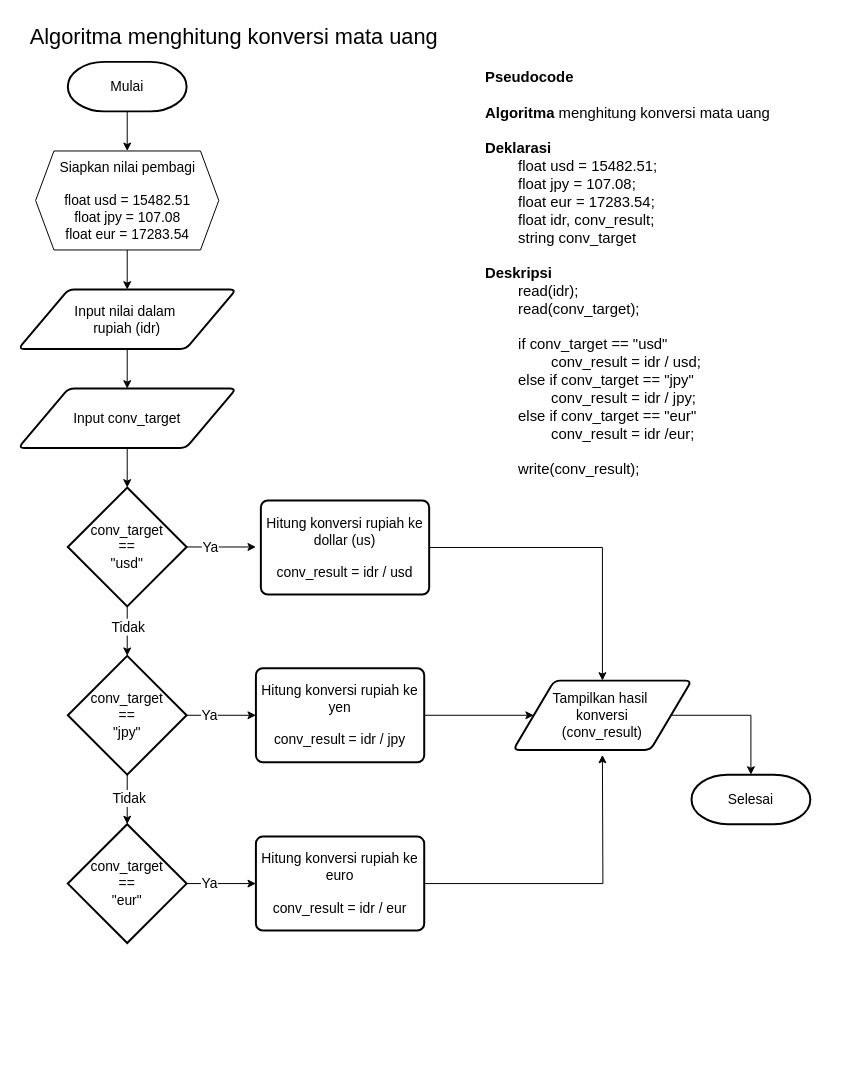
This is tugas-001/kurs.drawio from HarisHerdiansyah/tugas-alprog, a draw.io file, before an edit. Source tidied: cells renumbered, new cells numbered last; positions are measured from the earlier drawing's top-left corner, leaving out a move shared by most shapes. Both pictures are drawn from the tidied source at 99%, with x=0, y=0 at pixel (18, 17).
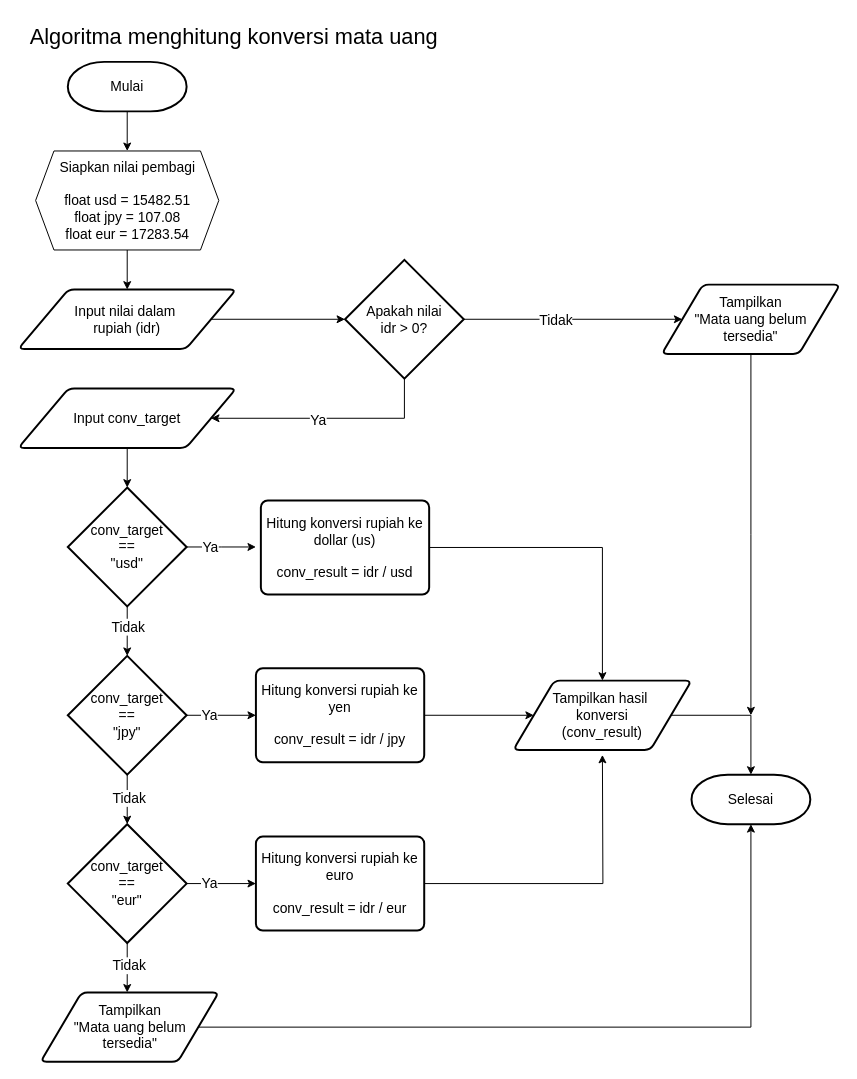
Above is the later version.

The change refers to these unchanged cells:
```xml
<mxCell id="8" value="&lt;font style=&quot;font-size: 14px;&quot;&gt;Input nilai dalam&amp;nbsp;&lt;/font&gt;&lt;div&gt;&lt;font style=&quot;font-size: 14px;&quot;&gt;rupiah (idr)&lt;/font&gt;&lt;/div&gt;" style="shape=parallelogram;html=1;strokeWidth=2;perimeter=parallelogramPerimeter;whiteSpace=wrap;rounded=1;arcSize=12;size=0.23;" parent="1" vertex="1">
  <mxGeometry y="275" width="220" height="60" as="geometry" />
</mxCell>
<mxCell id="10" value="&lt;span style=&quot;font-size: 14px;&quot;&gt;Input conv_target&lt;/span&gt;" style="shape=parallelogram;html=1;strokeWidth=2;perimeter=parallelogramPerimeter;whiteSpace=wrap;rounded=1;arcSize=12;size=0.23;" parent="1" vertex="1">
  <mxGeometry y="375" width="220" height="60" as="geometry" />
</mxCell>
<mxCell id="27" value="&lt;font style=&quot;font-size: 14px;&quot;&gt;conv_target&lt;/font&gt;&lt;div style=&quot;font-size: 14px;&quot;&gt;&lt;font style=&quot;font-size: 14px;&quot;&gt;==&lt;/font&gt;&lt;/div&gt;&lt;div style=&quot;font-size: 14px;&quot;&gt;&lt;font style=&quot;font-size: 14px;&quot;&gt;&quot;eur&quot;&lt;/font&gt;&lt;/div&gt;" style="strokeWidth=2;html=1;shape=mxgraph.flowchart.decision;whiteSpace=wrap;" parent="1" vertex="1">
  <mxGeometry x="50" y="815" width="120" height="120" as="geometry" />
</mxCell>
<mxCell id="31" value="&lt;span style=&quot;font-size: 14px;&quot;&gt;Selesai&lt;/span&gt;" style="strokeWidth=2;html=1;shape=mxgraph.flowchart.terminator;whiteSpace=wrap;" parent="1" vertex="1">
  <mxGeometry x="680" y="765" width="120" height="50" as="geometry" />
</mxCell>
```

What changed in the source:
```diff
@@
-    <mxCell id="7" style="edgeStyle=orthogonalEdgeStyle;rounded=0;jettySize=auto;html=1;" parent="1" edge="1" source="8" target="10">
-      <mxGeometry relative="1" as="geometry" />
-    </mxCell>
+    <mxCell id="34" style="edgeStyle=orthogonalEdgeStyle;rounded=0;jettySize=auto;html=1;" parent="1" edge="1" source="8" target="43">
+      <mxGeometry relative="1" as="geometry" />
+    </mxCell>
@@
+    <mxCell id="35" style="edgeStyle=orthogonalEdgeStyle;rounded=0;jettySize=auto;html=1;" parent="1" edge="1" source="27">
+      <mxGeometry relative="1" as="geometry">
+        <mxPoint x="110" y="985" as="targetPoint" />
+      </mxGeometry>
+    </mxCell>
+    <mxCell id="36" value="&lt;font style=&quot;font-size: 14px;&quot;&gt;Tidak&lt;/font&gt;" style="edgeLabel;html=1;align=center;verticalAlign=middle;" parent="35" vertex="1">
+      <mxGeometry x="-0.13" y="1" relative="1" as="geometry" />
+    </mxCell>
@@
-    <mxCell id="33" value="&lt;font style=&quot;font-size: 15px;&quot;&gt;&lt;b&gt;Pseudocode&lt;/b&gt;&lt;/font&gt;&lt;div style=&quot;font-size: 15px;&quot;&gt;&lt;font style=&quot;font-size: 15px;&quot;&gt;&lt;br&gt;&lt;/font&gt;&lt;/div&gt;&lt;div style=&quot;font-size: 15px;&quot;&gt;&lt;font style=&quot;font-size: 15px;&quot;&gt;&lt;b&gt;Algoritma&lt;/b&gt; menghitung konversi mata uang&lt;/font&gt;&lt;/div&gt;&lt;div style=&quot;font-size: 15px;&quot;&gt;&lt;font style=&quot;font-size: 15px;&quot;&gt;&lt;br&gt;&lt;/font&gt;&lt;/div&gt;&lt;div style=&quot;font-size: 15px;&quot;&gt;&lt;font style=&quot;font-size: 15px;&quot;&gt;&lt;b&gt;Deklarasi&lt;/b&gt;&lt;/font&gt;&lt;/div&gt;&lt;div style=&quot;font-size: 15px;&quot;&gt;&lt;font style=&quot;font-size: 15px;&quot;&gt;&lt;span style=&quot;white-space: pre;&quot;&gt;&#9;&lt;/span&gt;float usd = 15482.51;&lt;br&gt;&lt;/font&gt;&lt;/div&gt;&lt;div style=&quot;font-size: 15px;&quot;&gt;&lt;font style=&quot;font-size: 15px;&quot;&gt;&lt;span style=&quot;white-space: pre;&quot;&gt;&#9;&lt;/span&gt;float jpy = 107.08;&lt;/font&gt;&lt;/div&gt;&lt;div style=&quot;font-size: 15px;&quot;&gt;&lt;font style=&quot;font-size: 15px;&quot;&gt;&lt;span style=&quot;white-space: pre;&quot;&gt;&#9;&lt;/span&gt;float eur = 17283.54;&lt;br&gt;&lt;/font&gt;&lt;/div&gt;&lt;div style=&quot;font-size: 15px;&quot;&gt;&lt;font style=&quot;font-size: 15px;&quot;&gt;&lt;span style=&quot;white-space: pre;&quot;&gt;&#9;&lt;/span&gt;float idr, conv_result;&lt;br&gt;&lt;/font&gt;&lt;/div&gt;&lt;div style=&quot;font-size: 15px;&quot;&gt;&lt;font style=&quot;font-size: 15px;&quot;&gt;&lt;span style=&quot;white-space: pre;&quot;&gt;&#9;&lt;/span&gt;string conv_target&lt;br&gt;&lt;/font&gt;&lt;/div&gt;&lt;div style=&quot;font-size: 15px;&quot;&gt;&lt;font style=&quot;font-size: 15px;&quot;&gt;&lt;br&gt;&lt;/font&gt;&lt;/div&gt;&lt;div style=&quot;font-size: 15px;&quot;&gt;&lt;font style=&quot;font-size: 15px;&quot;&gt;&lt;b&gt;Deskripsi&lt;/b&gt;&lt;/font&gt;&lt;/div&gt;&lt;div style=&quot;font-size: 15px;&quot;&gt;&lt;font style=&quot;font-size: 15px;&quot;&gt;&lt;span style=&quot;white-space: pre;&quot;&gt;&#9;&lt;/span&gt;read(idr);&lt;br&gt;&lt;/font&gt;&lt;/div&gt;&lt;div style=&quot;font-size: 15px;&quot;&gt;&lt;font style=&quot;font-size: 15px;&quot;&gt;&lt;span style=&quot;white-space: pre;&quot;&gt;&#9;&lt;/span&gt;read(conv_target);&lt;br&gt;&lt;/font&gt;&lt;/div&gt;&lt;div style=&quot;font-size: 15px;&quot;&gt;&lt;font style=&quot;font-size: 15px;&quot;&gt;&lt;span style=&quot;white-space: pre;&quot;&gt;&#9;&lt;/span&gt;&lt;br&gt;&lt;/font&gt;&lt;/div&gt;&lt;div style=&quot;font-size: 15px;&quot;&gt;&lt;font style=&quot;font-size: 15px;&quot;&gt;&lt;span style=&quot;white-space: pre;&quot;&gt;&#9;&lt;/span&gt;if conv_target == &quot;usd&quot;&lt;br&gt;&lt;/font&gt;&lt;/div&gt;&lt;div style=&quot;font-size: 15px;&quot;&gt;&lt;font style=&quot;font-size: 15px;&quot;&gt;&lt;span style=&quot;white-space: pre;&quot;&gt;&#9;&lt;/span&gt;&lt;span style=&quot;white-space: pre;&quot;&gt;&#9;&lt;/span&gt;conv_result = idr / usd;&lt;br&gt;&lt;/font&gt;&lt;/div&gt;&lt;div style=&quot;font-size: 15px;&quot;&gt;&lt;font style=&quot;font-size: 15px;&quot;&gt;&lt;span style=&quot;white-space: pre;&quot;&gt;&#9;&lt;/span&gt;else if conv_target == &quot;jpy&quot;&lt;br&gt;&lt;/font&gt;&lt;/div&gt;&lt;div style=&quot;font-size: 15px;&quot;&gt;&lt;font style=&quot;font-size: 15px;&quot;&gt;&lt;span style=&quot;white-space: pre;&quot;&gt;&#9;&lt;/span&gt;&lt;span style=&quot;white-space: pre;&quot;&gt;&#9;&lt;/span&gt;conv_result = idr / jpy;&lt;br&gt;&lt;/font&gt;&lt;/div&gt;&lt;div style=&quot;font-size: 15px;&quot;&gt;&lt;font style=&quot;font-size: 15px;&quot;&gt;&lt;span style=&quot;white-space: pre;&quot;&gt;&#9;&lt;/span&gt;else if conv_target == &quot;eur&quot;&lt;br&gt;&lt;/font&gt;&lt;/div&gt;&lt;div style=&quot;font-size: 15px;&quot;&gt;&lt;font style=&quot;font-size: 15px;&quot;&gt;&lt;span style=&quot;white-space: pre;&quot;&gt;&#9;&lt;/span&gt;&lt;span style=&quot;white-space: pre;&quot;&gt;&#9;&lt;/span&gt;conv_result = idr /eur;&lt;br&gt;&lt;/font&gt;&lt;/div&gt;&lt;div style=&quot;font-size: 15px;&quot;&gt;&lt;font style=&quot;font-size: 15px;&quot;&gt;&lt;br&gt;&lt;/font&gt;&lt;/div&gt;&lt;div style=&quot;font-size: 15px;&quot;&gt;&lt;font style=&quot;font-size: 15px;&quot;&gt;&lt;span style=&quot;white-space: pre;&quot;&gt;&#9;&lt;/span&gt;write(conv_result);&lt;br&gt;&lt;/font&gt;&lt;/div&gt;&lt;div style=&quot;font-size: 15px;&quot;&gt;&lt;font style=&quot;font-size: 15px;&quot;&gt;&lt;span style=&quot;white-space: pre;&quot;&gt;&#9;&lt;/span&gt;&lt;span style=&quot;white-space: pre;&quot;&gt;&#9;&lt;/span&gt;&lt;/font&gt;&lt;br&gt;&lt;/div&gt;" style="text;html=1;align=left;verticalAlign=top;strokeColor=none;fillColor=none;" parent="1" vertex="1">
-      <mxGeometry x="470" y="45" width="310" height="450" as="geometry" />
-    </mxCell>
+    <mxCell id="37" value="&lt;span style=&quot;font-size: 14px;&quot;&gt;Tampilkan&lt;/span&gt;&lt;div&gt;&lt;span style=&quot;font-size: 14px;&quot;&gt;&quot;Mata uang belum&lt;/span&gt;&lt;/div&gt;&lt;div&gt;&lt;span style=&quot;font-size: 14px;&quot;&gt;tersedia&quot;&lt;/span&gt;&lt;/div&gt;" style="shape=parallelogram;html=1;strokeWidth=2;perimeter=parallelogramPerimeter;whiteSpace=wrap;rounded=1;arcSize=12;size=0.23;" parent="1" vertex="1">
+      <mxGeometry x="22.5" y="985" width="180" height="70" as="geometry" />
+    </mxCell>
+    <mxCell id="38" style="edgeStyle=orthogonalEdgeStyle;rounded=0;jettySize=auto;html=1;exitX=1;exitY=0.5;exitDx=0;exitDy=0;entryX=0.5;entryY=1;entryDx=0;entryDy=0;entryPerimeter=0;" parent="1" edge="1" source="37" target="31">
+      <mxGeometry relative="1" as="geometry" />
+    </mxCell>
+    <mxCell id="39" style="edgeStyle=orthogonalEdgeStyle;rounded=0;jettySize=auto;html=1;exitX=0.5;exitY=1;exitDx=0;exitDy=0;exitPerimeter=0;entryX=1;entryY=0.5;entryDx=0;entryDy=0;" parent="1" edge="1" source="43" target="10">
+      <mxGeometry relative="1" as="geometry">
+        <Array as="points">
+          <mxPoint x="390" y="405" />
+        </Array>
+      </mxGeometry>
+    </mxCell>
+    <mxCell id="40" value="&lt;font style=&quot;font-size: 14px;&quot;&gt;Ya&lt;/font&gt;" style="edgeLabel;html=1;align=center;verticalAlign=middle;" parent="39" vertex="1">
+      <mxGeometry x="0.09" y="1" relative="1" as="geometry" />
+    </mxCell>
+    <mxCell id="41" style="edgeStyle=orthogonalEdgeStyle;rounded=0;jettySize=auto;html=1;exitX=1;exitY=0.5;exitDx=0;exitDy=0;exitPerimeter=0;" parent="1" edge="1" source="43" target="45">
+      <mxGeometry relative="1" as="geometry" />
+    </mxCell>
+    <mxCell id="42" value="&lt;font style=&quot;font-size: 14px;&quot;&gt;Tidak&lt;/font&gt;" style="edgeLabel;html=1;align=center;verticalAlign=middle;" parent="41" vertex="1">
+      <mxGeometry x="-0.17" relative="1" as="geometry" />
+    </mxCell>
+    <mxCell id="43" value="&lt;span style=&quot;font-size: 14px;&quot;&gt;Apakah nilai&lt;/span&gt;&lt;div&gt;&lt;span style=&quot;font-size: 14px;&quot;&gt;idr &amp;gt; 0?&lt;/span&gt;&lt;/div&gt;" style="strokeWidth=2;html=1;shape=mxgraph.flowchart.decision;whiteSpace=wrap;" parent="1" vertex="1">
+      <mxGeometry x="330" y="245" width="120" height="120" as="geometry" />
+    </mxCell>
+    <mxCell id="44" style="edgeStyle=orthogonalEdgeStyle;rounded=0;jettySize=auto;html=1;exitX=0.5;exitY=1;exitDx=0;exitDy=0;" parent="1" edge="1" source="45">
+      <mxGeometry relative="1" as="geometry">
+        <mxPoint x="740" y="705" as="targetPoint" />
+      </mxGeometry>
+    </mxCell>
+    <mxCell id="45" value="&lt;span style=&quot;font-size: 14px;&quot;&gt;Tampilkan&lt;/span&gt;&lt;div&gt;&lt;span style=&quot;font-size: 14px;&quot;&gt;&quot;Mata uang belum&lt;/span&gt;&lt;/div&gt;&lt;div&gt;&lt;span style=&quot;font-size: 14px;&quot;&gt;tersedia&quot;&lt;/span&gt;&lt;/div&gt;" style="shape=parallelogram;html=1;strokeWidth=2;perimeter=parallelogramPerimeter;whiteSpace=wrap;rounded=1;arcSize=12;size=0.23;" parent="1" vertex="1">
+      <mxGeometry x="650" y="270" width="180" height="70" as="geometry" />
+    </mxCell>
```
